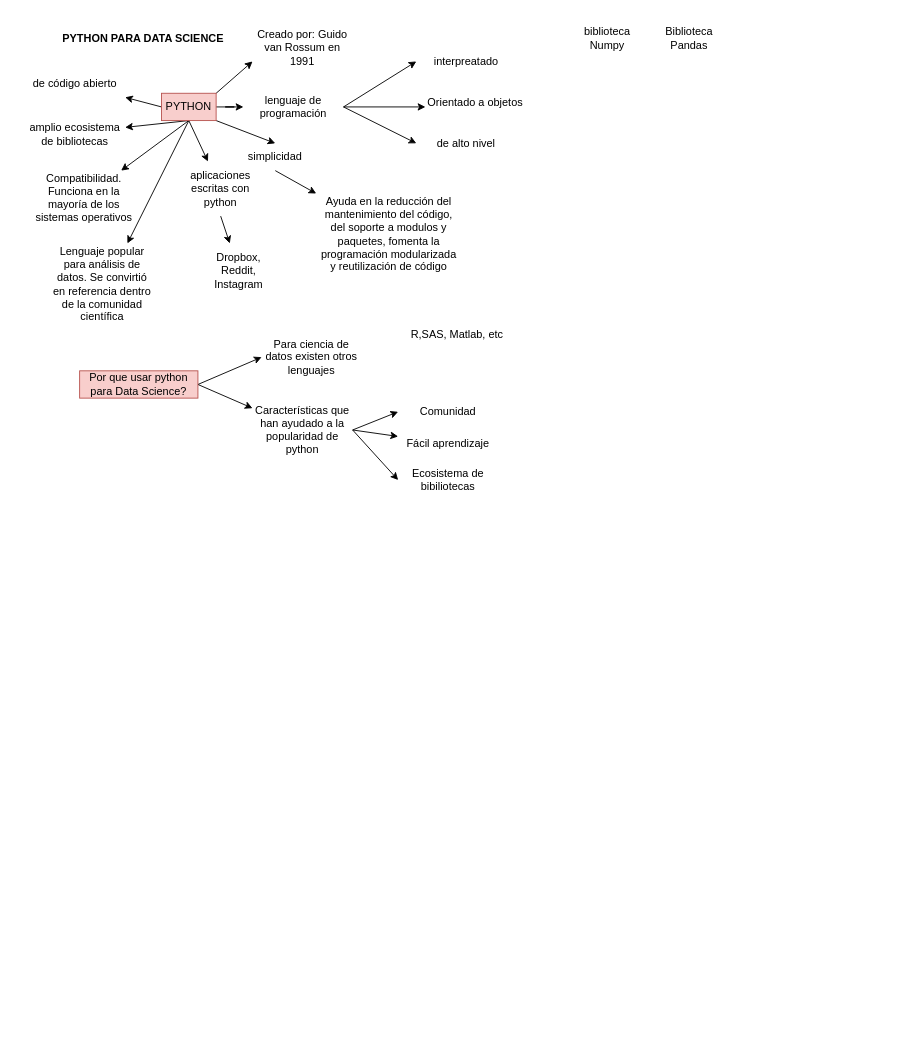
German-G-M/python_para_data_science keeps this draw.io diagram as python_para_dataScience.drawio. Above is the earlier version. Source tidied: cells renumbered, new cells numbered last; positions are measured from the earlier drawing's top-left corner, leaving out a move shared by most shapes. Both pictures are drawn from the tidied source at 91%, with x=0, y=0 at pixel (25, 25).
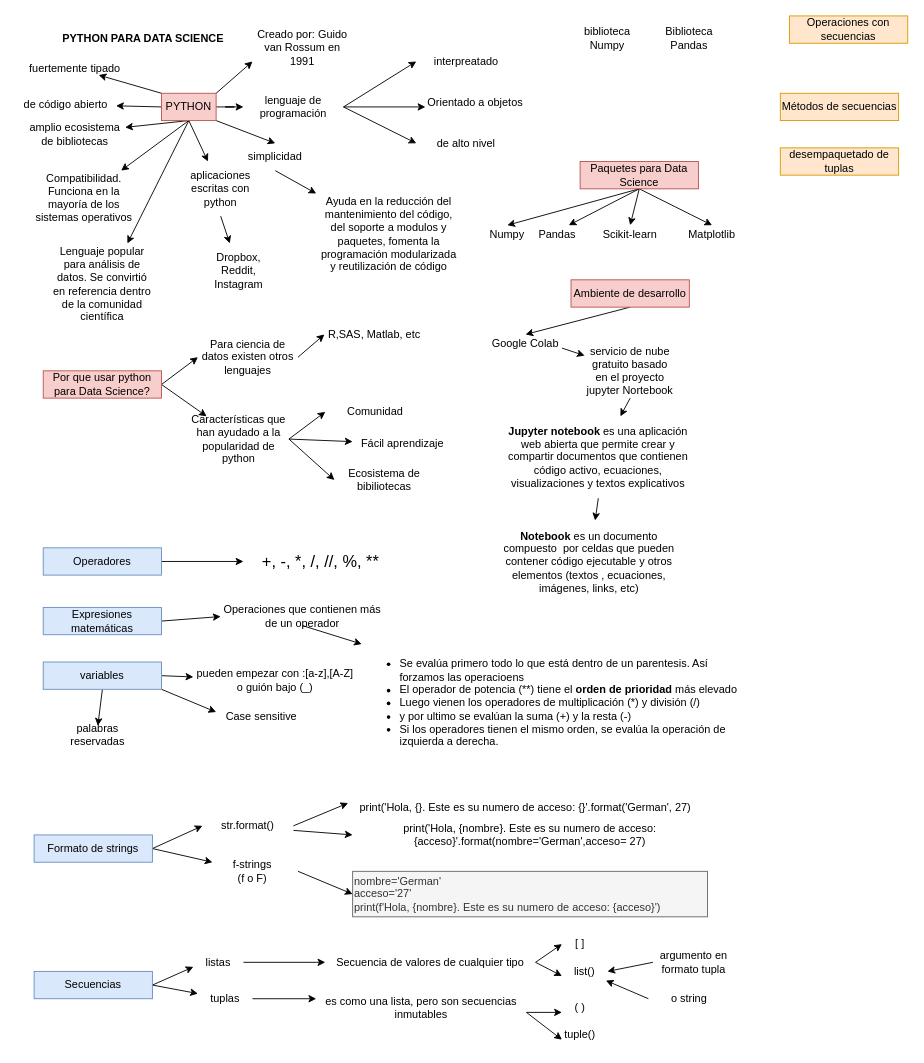
The same diagram, later.

The change refers to these unchanged cells:
```xml
<mxCell id="13" value="PYTHON" style="text;html=1;strokeColor=#b85450;fillColor=#f8cecc;align=center;verticalAlign=middle;whiteSpace=wrap;rounded=0;" parent="1" vertex="1">
  <mxGeometry x="150" y="75" width="60" height="30" as="geometry" />
</mxCell>
```

Change to the diagram source:
```diff
@@
+    <mxCell id="44" style="edgeStyle=none;rounded=0;jettySize=auto;html=1;exitX=0;exitY=0;exitDx=0;exitDy=0;fontSize=12;" parent="1" edge="1" source="13" target="79">
+      <mxGeometry relative="1" as="geometry" />
+    </mxCell>
@@
     <mxCell id="25" value="de código abierto" style="text;html=1;strokeColor=none;fillColor=none;align=center;verticalAlign=middle;whiteSpace=wrap;rounded=0;" parent="1" vertex="1">
-      <mxGeometry y="50" width="110" height="30" as="geometry" />
+      <mxGeometry x="-10" y="80" width="110" height="15" as="geometry" />
     </mxCell>
@@
     <mxCell id="34" value="Por que usar python para Data Science?" style="text;html=1;strokeColor=#b85450;fillColor=#f8cecc;align=center;verticalAlign=middle;whiteSpace=wrap;rounded=0;" parent="1" vertex="1">
-      <mxGeometry x="60" y="380" width="130" height="30" as="geometry" />
+      <mxGeometry x="20" y="380" width="130" height="30" as="geometry" />
     </mxCell>
+    <mxCell id="45" style="edgeStyle=none;rounded=0;jettySize=auto;html=1;exitX=1;exitY=0.5;exitDx=0;exitDy=0;entryX=0;entryY=0.5;entryDx=0;entryDy=0;" parent="1" edge="1" source="35" target="36">
+      <mxGeometry relative="1" as="geometry" />
+    </mxCell>
     <mxCell id="35" value="Para ciencia de datos existen otros lenguajes" style="text;html=1;strokeColor=none;fillColor=none;align=center;verticalAlign=middle;whiteSpace=wrap;rounded=0;" parent="1" vertex="1">
-      <mxGeometry x="260" y="340" width="110" height="50" as="geometry" />
+      <mxGeometry x="190" y="340" width="110" height="50" as="geometry" />
     </mxCell>
     <mxCell id="36" value="R,SAS, Matlab, etc" style="text;html=1;strokeColor=none;fillColor=none;align=center;verticalAlign=middle;whiteSpace=wrap;rounded=0;" parent="1" vertex="1">
-      <mxGeometry x="420" y="320" width="110" height="40" as="geometry" />
+      <mxGeometry x="329" y="320" width="110" height="40" as="geometry" />
     </mxCell>
@@
     <mxCell id="40" value="Características que han ayudado a la popularidad de python" style="text;html=1;strokeColor=none;fillColor=none;align=center;verticalAlign=middle;whiteSpace=wrap;rounded=0;" parent="1" vertex="1">
-      <mxGeometry x="250" y="420" width="110" height="50" as="geometry" />
+      <mxGeometry x="180" y="430" width="110" height="50" as="geometry" />
     </mxCell>
     <mxCell id="41" value="Comunidad" style="text;html=1;strokeColor=none;fillColor=none;align=center;verticalAlign=middle;whiteSpace=wrap;rounded=0;" parent="1" vertex="1">
-      <mxGeometry x="410" y="410" width="110" height="30" as="geometry" />
+      <mxGeometry x="330" y="410" width="110" height="30" as="geometry" />
     </mxCell>
     <mxCell id="42" value="Fácil aprendizaje" style="text;html=1;strokeColor=none;fillColor=none;align=center;verticalAlign=middle;whiteSpace=wrap;rounded=0;" parent="1" vertex="1">
-      <mxGeometry x="410" y="450" width="110" height="20" as="geometry" />
+      <mxGeometry x="360" y="450" width="110" height="20" as="geometry" />
     </mxCell>
     <mxCell id="43" value="Ecosistema de bibiliotecas" style="text;html=1;strokeColor=none;fillColor=none;align=center;verticalAlign=middle;whiteSpace=wrap;rounded=0;" parent="1" vertex="1">
-      <mxGeometry x="410" y="490" width="110" height="20" as="geometry" />
+      <mxGeometry x="340" y="490" width="110" height="20" as="geometry" />
     </mxCell>
+    <mxCell id="46" style="edgeStyle=none;rounded=0;jettySize=auto;html=1;exitX=0.5;exitY=1;exitDx=0;exitDy=0;entryX=0.5;entryY=0;entryDx=0;entryDy=0;" parent="1" edge="1" source="50" target="51">
+      <mxGeometry relative="1" as="geometry" />
+    </mxCell>
+    <mxCell id="47" style="edgeStyle=none;rounded=0;jettySize=auto;html=1;exitX=0.5;exitY=1;exitDx=0;exitDy=0;entryX=0.75;entryY=0;entryDx=0;entryDy=0;" parent="1" edge="1" source="50" target="52">
+      <mxGeometry relative="1" as="geometry" />
+    </mxCell>
+    <mxCell id="48" style="edgeStyle=none;rounded=0;jettySize=auto;html=1;exitX=0.5;exitY=1;exitDx=0;exitDy=0;entryX=0.5;entryY=0;entryDx=0;entryDy=0;" parent="1" edge="1" source="50" target="53">
+      <mxGeometry relative="1" as="geometry" />
+    </mxCell>
+    <mxCell id="49" style="edgeStyle=none;rounded=0;jettySize=auto;html=1;exitX=0.5;exitY=1;exitDx=0;exitDy=0;entryX=0.5;entryY=0;entryDx=0;entryDy=0;" parent="1" edge="1" source="50" target="54">
+      <mxGeometry relative="1" as="geometry" />
+    </mxCell>
+    <mxCell id="50" value="Paquetes para Data Science" style="text;html=1;strokeColor=#b85450;fillColor=#f8cecc;align=center;verticalAlign=middle;whiteSpace=wrap;rounded=0;" parent="1" vertex="1">
+      <mxGeometry x="610" y="150" width="130" height="30" as="geometry" />
+    </mxCell>
+    <mxCell id="51" value="Numpy" style="text;html=1;strokeColor=none;fillColor=none;align=center;verticalAlign=middle;whiteSpace=wrap;rounded=0;" parent="1" vertex="1">
+      <mxGeometry x="500" y="220" width="60" height="20" as="geometry" />
+    </mxCell>
+    <mxCell id="52" value="Pandas" style="text;html=1;strokeColor=none;fillColor=none;align=center;verticalAlign=middle;whiteSpace=wrap;rounded=0;" parent="1" vertex="1">
+      <mxGeometry x="560" y="220" width="50" height="20" as="geometry" />
+    </mxCell>
+    <mxCell id="53" value="Scikit-learn" style="text;html=1;strokeColor=none;fillColor=none;align=center;verticalAlign=middle;whiteSpace=wrap;rounded=0;" parent="1" vertex="1">
+      <mxGeometry x="610" y="220" width="110" height="20" as="geometry" />
+    </mxCell>
+    <mxCell id="54" value="Matplotlib" style="text;html=1;strokeColor=none;fillColor=none;align=center;verticalAlign=middle;whiteSpace=wrap;rounded=0;" parent="1" vertex="1">
+      <mxGeometry x="720" y="220" width="70" height="20" as="geometry" />
+    </mxCell>
+    <mxCell id="55" style="edgeStyle=none;rounded=0;jettySize=auto;html=1;exitX=0.5;exitY=1;exitDx=0;exitDy=0;entryX=0.5;entryY=0;entryDx=0;entryDy=0;" parent="1" edge="1" source="56" target="58">
+      <mxGeometry relative="1" as="geometry" />
+    </mxCell>
+    <mxCell id="56" value="Ambiente de desarrollo" style="text;html=1;strokeColor=#b85450;fillColor=#f8cecc;align=center;verticalAlign=middle;whiteSpace=wrap;rounded=0;" parent="1" vertex="1">
+      <mxGeometry x="600" y="280" width="130" height="30" as="geometry" />
+    </mxCell>
+    <mxCell id="57" style="edgeStyle=none;rounded=0;jettySize=auto;html=1;exitX=1;exitY=0.75;exitDx=0;exitDy=0;" parent="1" edge="1" source="58" target="60">
+      <mxGeometry relative="1" as="geometry" />
+    </mxCell>
+    <mxCell id="58" value="Google Colab" style="text;html=1;strokeColor=none;fillColor=none;align=center;verticalAlign=middle;whiteSpace=wrap;rounded=0;" parent="1" vertex="1">
+      <mxGeometry x="510" y="340" width="80" height="20" as="geometry" />
+    </mxCell>
+    <mxCell id="59" style="edgeStyle=none;rounded=0;jettySize=auto;html=1;exitX=0.5;exitY=1;exitDx=0;exitDy=0;" parent="1" edge="1" source="60" target="62">
+      <mxGeometry relative="1" as="geometry" />
+    </mxCell>
+    <mxCell id="60" value="servicio de nube gratuito basado en el proyecto jupyter Nortebook" style="text;html=1;strokeColor=none;fillColor=none;align=center;verticalAlign=middle;whiteSpace=wrap;rounded=0;" parent="1" vertex="1">
+      <mxGeometry x="615" y="350" width="100" height="60" as="geometry" />
+    </mxCell>
+    <mxCell id="61" style="edgeStyle=none;rounded=0;jettySize=auto;html=1;exitX=0.5;exitY=1;exitDx=0;exitDy=0;" parent="1" edge="1" source="62" target="63">
+      <mxGeometry relative="1" as="geometry" />
+    </mxCell>
+    <mxCell id="62" value="&lt;b&gt;Jupyter notebook&lt;/b&gt; es una aplicación web abierta que permite crear y compartir documentos que contienen código activo, ecuaciones, visualizaciones y textos explicativos" style="text;html=1;strokeColor=none;fillColor=none;align=center;verticalAlign=middle;whiteSpace=wrap;rounded=0;" parent="1" vertex="1">
+      <mxGeometry x="530" y="430" width="200" height="90" as="geometry" />
+    </mxCell>
+    <mxCell id="63" value="&lt;b&gt;Notebook &lt;/b&gt;es un documento compuesto&amp;nbsp; por celdas que pueden contener código ejecutable y otros elementos (textos , ecuaciones, imágenes, links, etc)" style="text;html=1;strokeColor=none;fillColor=none;align=center;verticalAlign=middle;whiteSpace=wrap;rounded=0;" parent="1" vertex="1">
+      <mxGeometry x="520" y="544.5" width="200" height="90" as="geometry" />
+    </mxCell>
+    <mxCell id="64" style="edgeStyle=none;rounded=0;jettySize=auto;html=1;exitX=1;exitY=0.5;exitDx=0;exitDy=0;entryX=0;entryY=0.5;entryDx=0;entryDy=0;fontSize=18;" parent="1" edge="1" source="65" target="66">
+      <mxGeometry relative="1" as="geometry" />
+    </mxCell>
+    <mxCell id="65" value="Operadores" style="text;html=1;strokeColor=#6c8ebf;fillColor=#dae8fc;align=center;verticalAlign=middle;whiteSpace=wrap;rounded=0;" parent="1" vertex="1">
+      <mxGeometry x="20" y="574.5" width="130" height="30" as="geometry" />
+    </mxCell>
+    <mxCell id="66" value="&lt;font style=&quot;font-size: 18px;&quot;&gt;+, -, *, /, //, %, **&lt;/font&gt;" style="text;html=1;strokeColor=none;fillColor=none;align=center;verticalAlign=middle;whiteSpace=wrap;rounded=0;" parent="1" vertex="1">
+      <mxGeometry x="240" y="579.5" width="170" height="20" as="geometry" />
+    </mxCell>
+    <mxCell id="67" style="edgeStyle=none;rounded=0;jettySize=auto;html=1;exitX=1;exitY=0.5;exitDx=0;exitDy=0;entryX=0;entryY=0.5;entryDx=0;entryDy=0;fontSize=18;" parent="1" edge="1" source="68" target="70">
+      <mxGeometry relative="1" as="geometry" />
+    </mxCell>
+    <mxCell id="68" value="Expresiones matemáticas" style="text;html=1;strokeColor=#6c8ebf;fillColor=#dae8fc;align=center;verticalAlign=middle;whiteSpace=wrap;rounded=0;" parent="1" vertex="1">
+      <mxGeometry x="20" y="640" width="130" height="30" as="geometry" />
+    </mxCell>
+    <mxCell id="69" style="edgeStyle=none;rounded=0;jettySize=auto;html=1;exitX=0.5;exitY=1;exitDx=0;exitDy=0;fontSize=12;" parent="1" edge="1" source="70" target="71">
+      <mxGeometry relative="1" as="geometry" />
+    </mxCell>
+    <mxCell id="70" value="Operaciones que contienen más de un operador" style="text;html=1;strokeColor=none;fillColor=none;align=center;verticalAlign=middle;whiteSpace=wrap;rounded=0;" parent="1" vertex="1">
+      <mxGeometry x="215" y="640" width="180" height="20" as="geometry" />
+    </mxCell>
+    <mxCell id="71" value="&lt;ul&gt;&lt;li&gt;Se evalúa primero todo lo que está dentro de un parentesis. Así forzamos las operacioens&lt;/li&gt;&lt;li&gt;El operador de potencia (**) tiene el &lt;b&gt;orden de prioridad&lt;/b&gt; más elevado&lt;/li&gt;&lt;li&gt;Luego vienen los operadores de multiplicación (*) y división (/)&lt;/li&gt;&lt;li&gt;y por ultimo se evalúan la suma (+) y la resta (-)&lt;/li&gt;&lt;li&gt;Si los operadores tienen el mismo orden, se evalúa la operación de izquierda a derecha.&amp;nbsp;&lt;/li&gt;&lt;/ul&gt;" style="text;strokeColor=none;fillColor=none;html=1;whiteSpace=wrap;verticalAlign=middle;overflow=hidden;fontSize=12;" parent="1" vertex="1">
+      <mxGeometry x="370" y="680" width="415" height="130" as="geometry" />
+    </mxCell>
+    <mxCell id="72" style="edgeStyle=none;rounded=0;jettySize=auto;html=1;exitX=1;exitY=0.5;exitDx=0;exitDy=0;fontSize=12;" parent="1" edge="1" source="75" target="76">
+      <mxGeometry relative="1" as="geometry" />
+    </mxCell>
+    <mxCell id="73" style="edgeStyle=none;rounded=0;jettySize=auto;html=1;exitX=1;exitY=1;exitDx=0;exitDy=0;entryX=0;entryY=0.25;entryDx=0;entryDy=0;fontSize=12;" parent="1" edge="1" source="75" target="77">
+      <mxGeometry relative="1" as="geometry" />
+    </mxCell>
+    <mxCell id="74" style="edgeStyle=none;rounded=0;jettySize=auto;html=1;exitX=0.5;exitY=1;exitDx=0;exitDy=0;entryX=0.5;entryY=0;entryDx=0;entryDy=0;fontSize=12;" parent="1" edge="1" source="75" target="78">
+      <mxGeometry relative="1" as="geometry" />
+    </mxCell>
+    <mxCell id="75" value="variables" style="text;html=1;strokeColor=#6c8ebf;fillColor=#dae8fc;align=center;verticalAlign=middle;whiteSpace=wrap;rounded=0;" parent="1" vertex="1">
+      <mxGeometry x="20" y="700" width="130" height="30" as="geometry" />
+    </mxCell>
+    <mxCell id="76" value="pueden empezar con :[a-z],[A-Z] o guión bajo (_)" style="text;html=1;strokeColor=none;fillColor=none;align=center;verticalAlign=middle;whiteSpace=wrap;rounded=0;" parent="1" vertex="1">
+      <mxGeometry x="185" y="710" width="180" height="20" as="geometry" />
+    </mxCell>
+    <mxCell id="77" value="Case sensitive" style="text;html=1;strokeColor=none;fillColor=none;align=center;verticalAlign=middle;whiteSpace=wrap;rounded=0;" parent="1" vertex="1">
+      <mxGeometry x="210" y="750" width="100" height="20" as="geometry" />
+    </mxCell>
+    <mxCell id="78" value="palabras reservadas" style="text;html=1;strokeColor=none;fillColor=none;align=center;verticalAlign=middle;whiteSpace=wrap;rounded=0;" parent="1" vertex="1">
+      <mxGeometry x="30" y="770" width="100" height="20" as="geometry" />
+    </mxCell>
+    <mxCell id="79" value="fuertemente tipado" style="text;html=1;strokeColor=none;fillColor=none;align=center;verticalAlign=middle;whiteSpace=wrap;rounded=0;" parent="1" vertex="1">
+      <mxGeometry y="40" width="110" height="15" as="geometry" />
+    </mxCell>
+    <mxCell id="80" style="edgeStyle=none;rounded=0;jettySize=auto;html=1;exitX=1;exitY=0.5;exitDx=0;exitDy=0;entryX=0;entryY=0.5;entryDx=0;entryDy=0;fontSize=12;" parent="1" edge="1" source="82" target="85">
+      <mxGeometry relative="1" as="geometry" />
+    </mxCell>
+    <mxCell id="81" style="edgeStyle=none;rounded=0;jettySize=auto;html=1;exitX=1;exitY=0.5;exitDx=0;exitDy=0;fontSize=12;" parent="1" edge="1" source="82" target="87">
+      <mxGeometry relative="1" as="geometry" />
+    </mxCell>
+    <mxCell id="82" value="Formato de strings" style="text;html=1;strokeColor=#6c8ebf;fillColor=#dae8fc;align=center;verticalAlign=middle;whiteSpace=wrap;rounded=0;" parent="1" vertex="1">
+      <mxGeometry x="10" y="890" width="130" height="30" as="geometry" />
+    </mxCell>
+    <mxCell id="83" style="edgeStyle=none;rounded=0;jettySize=auto;html=1;exitX=1;exitY=0.5;exitDx=0;exitDy=0;entryX=0;entryY=0.25;entryDx=0;entryDy=0;fontSize=12;" parent="1" edge="1" source="85" target="88">
+      <mxGeometry relative="1" as="geometry" />
+    </mxCell>
+    <mxCell id="84" style="edgeStyle=none;rounded=0;jettySize=auto;html=1;exitX=1;exitY=0.75;exitDx=0;exitDy=0;entryX=0;entryY=0.5;entryDx=0;entryDy=0;fontSize=12;" parent="1" edge="1" source="85" target="89">
+      <mxGeometry relative="1" as="geometry" />
+    </mxCell>
+    <mxCell id="85" value="str.format()" style="text;html=1;strokeColor=none;fillColor=none;align=center;verticalAlign=middle;whiteSpace=wrap;rounded=0;" parent="1" vertex="1">
+      <mxGeometry x="195" y="870" width="100" height="20" as="geometry" />
+    </mxCell>
+    <mxCell id="86" style="edgeStyle=none;rounded=0;jettySize=auto;html=1;exitX=1;exitY=0.5;exitDx=0;exitDy=0;entryX=0;entryY=0.5;entryDx=0;entryDy=0;fontSize=12;" parent="1" edge="1" source="87" target="90">
+      <mxGeometry relative="1" as="geometry" />
+    </mxCell>
+    <mxCell id="87" value="f-strings&lt;br&gt;(f o F)" style="text;html=1;strokeColor=none;fillColor=none;align=center;verticalAlign=middle;whiteSpace=wrap;rounded=0;" parent="1" vertex="1">
+      <mxGeometry x="200" y="920" width="100" height="20" as="geometry" />
+    </mxCell>
+    <mxCell id="88" value="print('Hola, {}. Este es su numero de acceso: {}'.format('German', 27)" style="text;html=1;strokeColor=none;fillColor=none;align=center;verticalAlign=middle;whiteSpace=wrap;rounded=0;" parent="1" vertex="1">
+      <mxGeometry x="355" y="850" width="390" height="20" as="geometry" />
+    </mxCell>
+    <mxCell id="89" value="print('Hola, {nombre}. Este es su numero de acceso: {acceso}'.format(nombre='German',acceso= 27)" style="text;html=1;strokeColor=none;fillColor=none;align=center;verticalAlign=middle;whiteSpace=wrap;rounded=0;" parent="1" vertex="1">
+      <mxGeometry x="360" y="880" width="390" height="20" as="geometry" />
+    </mxCell>
+    <mxCell id="90" value="nombre='German'&lt;br&gt;acceso='27'&lt;br&gt;print(f'Hola, {nombre}. Este es su numero de acceso: {acceso}')" style="text;html=1;strokeColor=#666666;fillColor=#f5f5f5;align=left;verticalAlign=middle;whiteSpace=wrap;rounded=0;fontColor=#333333;" parent="1" vertex="1">
+      <mxGeometry x="360" y="930" width="390" height="50" as="geometry" />
+    </mxCell>
+    <mxCell id="91" style="edgeStyle=none;rounded=0;jettySize=auto;html=1;exitX=1;exitY=0.5;exitDx=0;exitDy=0;entryX=0;entryY=0.75;entryDx=0;entryDy=0;fontSize=12;" parent="1" edge="1" source="93" target="95">
+      <mxGeometry relative="1" as="geometry" />
+    </mxCell>
+    <mxCell id="92" style="edgeStyle=none;rounded=0;jettySize=auto;html=1;exitX=1;exitY=0.5;exitDx=0;exitDy=0;fontSize=12;" parent="1" edge="1" source="93" target="97">
+      <mxGeometry relative="1" as="geometry" />
+    </mxCell>
+    <mxCell id="93" value="Secuencias" style="text;html=1;strokeColor=#6c8ebf;fillColor=#dae8fc;align=center;verticalAlign=middle;whiteSpace=wrap;rounded=0;" parent="1" vertex="1">
+      <mxGeometry x="10" y="1040" width="130" height="30" as="geometry" />
+    </mxCell>
+    <mxCell id="94" style="edgeStyle=none;rounded=0;jettySize=auto;html=1;exitX=1;exitY=0.5;exitDx=0;exitDy=0;fontSize=12;" parent="1" edge="1" source="95" target="100">
+      <mxGeometry relative="1" as="geometry" />
+    </mxCell>
+    <mxCell id="95" value="listas" style="text;html=1;strokeColor=none;fillColor=none;align=center;verticalAlign=middle;whiteSpace=wrap;rounded=0;" parent="1" vertex="1">
+      <mxGeometry x="185" y="1020" width="55" height="20" as="geometry" />
+    </mxCell>
+    <mxCell id="96" style="edgeStyle=none;rounded=0;jettySize=auto;html=1;exitX=1;exitY=0.5;exitDx=0;exitDy=0;entryX=0;entryY=0;entryDx=0;entryDy=0;fontSize=12;" parent="1" edge="1" source="97" target="109">
+      <mxGeometry relative="1" as="geometry" />
+    </mxCell>
+    <mxCell id="97" value="tuplas" style="text;html=1;strokeColor=none;fillColor=none;align=center;verticalAlign=middle;whiteSpace=wrap;rounded=0;" parent="1" vertex="1">
+      <mxGeometry x="190" y="1060" width="60" height="20" as="geometry" />
+    </mxCell>
+    <mxCell id="98" style="edgeStyle=none;rounded=0;jettySize=auto;html=1;exitX=1;exitY=0.5;exitDx=0;exitDy=0;entryX=0;entryY=0.5;entryDx=0;entryDy=0;fontSize=12;" parent="1" edge="1" source="100" target="101">
+      <mxGeometry relative="1" as="geometry" />
+    </mxCell>
+    <mxCell id="99" style="edgeStyle=none;rounded=0;jettySize=auto;html=1;exitX=1;exitY=0.5;exitDx=0;exitDy=0;entryX=0;entryY=0.75;entryDx=0;entryDy=0;fontSize=12;" parent="1" edge="1" source="100" target="102">
+      <mxGeometry relative="1" as="geometry" />
+    </mxCell>
+    <mxCell id="100" value="Secuencia de valores de cualquier tipo" style="text;html=1;strokeColor=none;fillColor=none;align=center;verticalAlign=middle;whiteSpace=wrap;rounded=0;" parent="1" vertex="1">
+      <mxGeometry x="330" y="1020" width="231" height="20" as="geometry" />
+    </mxCell>
+    <mxCell id="101" value="[ ]" style="text;html=1;strokeColor=none;fillColor=none;align=center;verticalAlign=middle;whiteSpace=wrap;rounded=0;" parent="1" vertex="1">
+      <mxGeometry x="590" y="1000" width="40" height="20" as="geometry" />
+    </mxCell>
+    <mxCell id="102" value="list()" style="text;html=1;strokeColor=none;fillColor=none;align=center;verticalAlign=middle;whiteSpace=wrap;rounded=0;" parent="1" vertex="1">
+      <mxGeometry x="590" y="1030" width="50" height="20" as="geometry" />
+    </mxCell>
+    <mxCell id="103" style="edgeStyle=none;rounded=0;jettySize=auto;html=1;exitX=0;exitY=0.5;exitDx=0;exitDy=0;entryX=1;entryY=0.5;entryDx=0;entryDy=0;fontSize=12;" parent="1" edge="1" source="104" target="102">
+      <mxGeometry relative="1" as="geometry" />
+    </mxCell>
+    <mxCell id="104" value="argumento en formato tupla" style="text;html=1;strokeColor=none;fillColor=none;align=center;verticalAlign=middle;whiteSpace=wrap;rounded=0;" parent="1" vertex="1">
+      <mxGeometry x="690" y="1020" width="90" height="20" as="geometry" />
+    </mxCell>
+    <mxCell id="105" style="edgeStyle=none;rounded=0;jettySize=auto;html=1;exitX=0;exitY=0.5;exitDx=0;exitDy=0;fontSize=12;" parent="1" edge="1" source="106" target="102">
+      <mxGeometry relative="1" as="geometry" />
+    </mxCell>
+    <mxCell id="106" value="o string" style="text;html=1;strokeColor=none;fillColor=none;align=center;verticalAlign=middle;whiteSpace=wrap;rounded=0;" parent="1" vertex="1">
+      <mxGeometry x="685" y="1060" width="90" height="20" as="geometry" />
+    </mxCell>
+    <mxCell id="107" style="edgeStyle=none;rounded=0;jettySize=auto;html=1;exitX=1;exitY=0.75;exitDx=0;exitDy=0;entryX=0;entryY=0.75;entryDx=0;entryDy=0;fontSize=12;" parent="1" edge="1" source="109" target="110">
+      <mxGeometry relative="1" as="geometry" />
+    </mxCell>
+    <mxCell id="108" style="edgeStyle=none;rounded=0;jettySize=auto;html=1;exitX=1;exitY=0.75;exitDx=0;exitDy=0;entryX=0;entryY=0.75;entryDx=0;entryDy=0;fontSize=12;" parent="1" edge="1" source="109" target="111">
+      <mxGeometry relative="1" as="geometry" />
+    </mxCell>
+    <mxCell id="109" value="es como una lista, pero son secuencias inmutables" style="text;html=1;strokeColor=none;fillColor=none;align=center;verticalAlign=middle;whiteSpace=wrap;rounded=0;" parent="1" vertex="1">
+      <mxGeometry x="320" y="1070" width="231" height="20" as="geometry" />
+    </mxCell>
+    <mxCell id="110" value="( )" style="text;html=1;strokeColor=none;fillColor=none;align=center;verticalAlign=middle;whiteSpace=wrap;rounded=0;" parent="1" vertex="1">
+      <mxGeometry x="590" y="1070" width="40" height="20" as="geometry" />
+    </mxCell>
+    <mxCell id="111" value="tuple()" style="text;html=1;strokeColor=none;fillColor=none;align=center;verticalAlign=middle;whiteSpace=wrap;rounded=0;" parent="1" vertex="1">
+      <mxGeometry x="590" y="1100" width="40" height="20" as="geometry" />
+    </mxCell>
+    <mxCell id="112" value="Operaciones con secuencias" style="text;html=1;strokeColor=#d79b00;fillColor=#ffe6cc;align=center;verticalAlign=middle;whiteSpace=wrap;rounded=0;" parent="1" vertex="1">
+      <mxGeometry x="840" y="-10" width="130" height="30" as="geometry" />
+    </mxCell>
+    <mxCell id="113" value="Métodos de secuencias" style="text;html=1;strokeColor=#d79b00;fillColor=#ffe6cc;align=center;verticalAlign=middle;whiteSpace=wrap;rounded=0;" parent="1" vertex="1">
+      <mxGeometry x="830" y="75" width="130" height="30" as="geometry" />
+    </mxCell>
+    <mxCell id="114" value="desempaquetado de tuplas" style="text;html=1;strokeColor=#d79b00;fillColor=#ffe6cc;align=center;verticalAlign=middle;whiteSpace=wrap;rounded=0;" parent="1" vertex="1">
+      <mxGeometry x="830" y="135" width="130" height="30" as="geometry" />
+    </mxCell>
```
